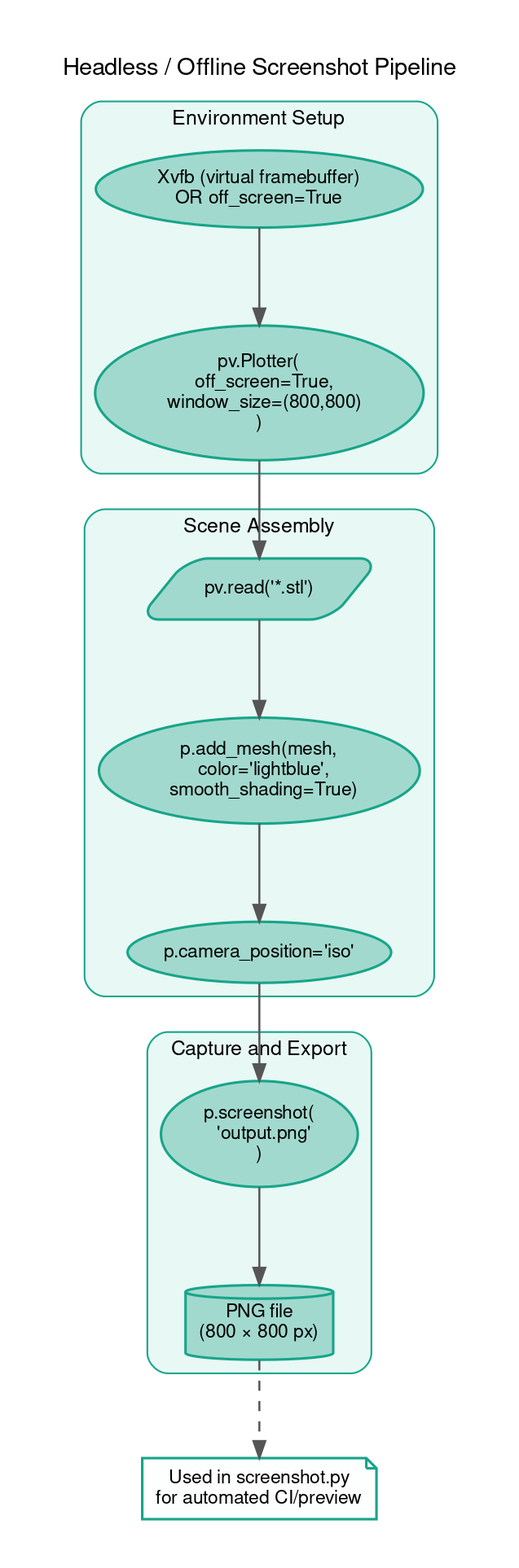
Above: docs/diagrams_25/14_offline_rendering.png in danindiana/hilbertbrane (Graphviz), before the change. Its source is kept beside it as docs/diagrams_25/14_offline_rendering.dot. Source of this version:
```dot
digraph G {
    graph [
        fontname="Helvetica,Arial,sans-serif"
        bgcolor="#ffffff"
        splines=spline
        nodesep=0.6
        ranksep=0.8
        pad=0.4
        labelloc="t"
        labeljust="c"
        fontsize=14
    ]
    node [fontname="Helvetica,Arial,sans-serif" fontsize=11 style="filled,rounded" penwidth=1.5]
    edge [fontname="Helvetica,Arial,sans-serif" fontsize=9 color="#555555" penwidth=1.2]
    graph [label="Headless / Offline Screenshot Pipeline" rankdir="TB"]

    subgraph cluster_env {
        label="Environment Setup"
        style="filled,rounded" fillcolor="#E8F8F5" color="#17A589" fontsize=12
        fontname="Helvetica,Arial,sans-serif"

        e1 [label="Xvfb (virtual framebuffer)\nOR off_screen=True" fillcolor="#A2D9CE" color="#17A589"]
        e2 [label="pv.Plotter(\n  off_screen=True,\n  window_size=(800,800)\n)" fillcolor="#A2D9CE" color="#17A589"]
        e1 -> e2
    }

    subgraph cluster_scene {
        label="Scene Assembly"
        style="filled,rounded" fillcolor="#E8F8F5" color="#17A589" fontsize=12
        fontname="Helvetica,Arial,sans-serif"

        s1 [label="pv.read('*.stl')" shape=parallelogram fillcolor="#A2D9CE" color="#17A589"]
        s2 [label="p.add_mesh(mesh,\n  color='lightblue',\n  smooth_shading=True)" fillcolor="#A2D9CE" color="#17A589"]
        s3 [label="p.camera_position='iso'" fillcolor="#A2D9CE" color="#17A589"]
        s1 -> s2 -> s3
    }

    subgraph cluster_cap {
        label="Capture and Export"
        style="filled,rounded" fillcolor="#E8F8F5" color="#17A589" fontsize=12
        fontname="Helvetica,Arial,sans-serif"

        c1 [label="p.screenshot(\n  'output.png'\n)" fillcolor="#A2D9CE" color="#17A589"]
        c2 [label="PNG file\n(800 × 800 px)" shape=cylinder fillcolor="#A2D9CE" color="#17A589"]
        c1 -> c2
    }

    usage [label="Used in screenshot.py\nfor automated CI/preview" shape=note fillcolor="#FDFEFE" color="#17A589"]

    e2 -> s1
    s3 -> c1
    c2 -> usage [style=dashed]
}
```
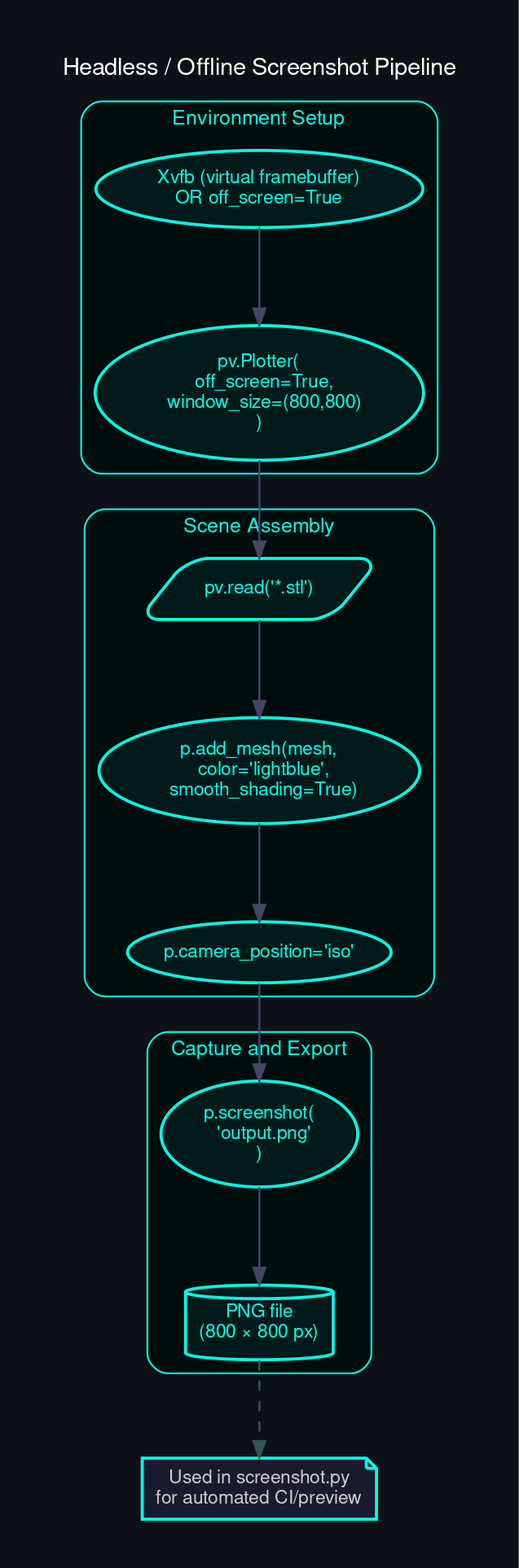
Later version of the same file.

The edit, as a diff of the source:
```diff
@@ -1,7 +1,8 @@
 digraph G {
     graph [
         fontname="Helvetica,Arial,sans-serif"
-        bgcolor="#ffffff"
+        bgcolor="#0d1117"
+        fontcolor="white"
         splines=spline
         nodesep=0.6
         ranksep=0.8
@@ -10,44 +11,44 @@
         labeljust="c"
         fontsize=14
     ]
-    node [fontname="Helvetica,Arial,sans-serif" fontsize=11 style="filled,rounded" penwidth=1.5]
-    edge [fontname="Helvetica,Arial,sans-serif" fontsize=9 color="#555555" penwidth=1.2]
+    node [fontname="Helvetica,Arial,sans-serif" fontsize=11 style="filled,rounded" penwidth=1.8 fontcolor="white"]
+    edge [fontname="Helvetica,Arial,sans-serif" fontsize=9 color="#444466" penwidth=1.2 fontcolor="#aaaacc"]
     graph [label="Headless / Offline Screenshot Pipeline" rankdir="TB"]
 
     subgraph cluster_env {
         label="Environment Setup"
-        style="filled,rounded" fillcolor="#E8F8F5" color="#17A589" fontsize=12
-        fontname="Helvetica,Arial,sans-serif"
+        style="filled,rounded" fillcolor="#000d0d" color="#00ffe7" fontsize=12
+        fontname="Helvetica,Arial,sans-serif" fontcolor="#00ffe7"
 
-        e1 [label="Xvfb (virtual framebuffer)\nOR off_screen=True" fillcolor="#A2D9CE" color="#17A589"]
-        e2 [label="pv.Plotter(\n  off_screen=True,\n  window_size=(800,800)\n)" fillcolor="#A2D9CE" color="#17A589"]
+        e1 [label="Xvfb (virtual framebuffer)\nOR off_screen=True" fillcolor="#001a1a" color="#00ffe7" fontcolor="#00ffe7"]
+        e2 [label="pv.Plotter(\n  off_screen=True,\n  window_size=(800,800)\n)" fillcolor="#001a1a" color="#00ffe7" fontcolor="#00ffe7"]
         e1 -> e2
     }
 
     subgraph cluster_scene {
         label="Scene Assembly"
-        style="filled,rounded" fillcolor="#E8F8F5" color="#17A589" fontsize=12
-        fontname="Helvetica,Arial,sans-serif"
+        style="filled,rounded" fillcolor="#000d0d" color="#00ffe7" fontsize=12
+        fontname="Helvetica,Arial,sans-serif" fontcolor="#00ffe7"
 
-        s1 [label="pv.read('*.stl')" shape=parallelogram fillcolor="#A2D9CE" color="#17A589"]
-        s2 [label="p.add_mesh(mesh,\n  color='lightblue',\n  smooth_shading=True)" fillcolor="#A2D9CE" color="#17A589"]
-        s3 [label="p.camera_position='iso'" fillcolor="#A2D9CE" color="#17A589"]
+        s1 [label="pv.read('*.stl')" shape=parallelogram fillcolor="#001a1a" color="#00ffe7" fontcolor="#00ffe7"]
+        s2 [label="p.add_mesh(mesh,\n  color='lightblue',\n  smooth_shading=True)" fillcolor="#001a1a" color="#00ffe7" fontcolor="#00ffe7"]
+        s3 [label="p.camera_position='iso'" fillcolor="#001a1a" color="#00ffe7" fontcolor="#00ffe7"]
         s1 -> s2 -> s3
     }
 
     subgraph cluster_cap {
         label="Capture and Export"
-        style="filled,rounded" fillcolor="#E8F8F5" color="#17A589" fontsize=12
-        fontname="Helvetica,Arial,sans-serif"
+        style="filled,rounded" fillcolor="#000d0d" color="#00ffe7" fontsize=12
+        fontname="Helvetica,Arial,sans-serif" fontcolor="#00ffe7"
 
-        c1 [label="p.screenshot(\n  'output.png'\n)" fillcolor="#A2D9CE" color="#17A589"]
-        c2 [label="PNG file\n(800 × 800 px)" shape=cylinder fillcolor="#A2D9CE" color="#17A589"]
+        c1 [label="p.screenshot(\n  'output.png'\n)" fillcolor="#001a1a" color="#00ffe7" fontcolor="#00ffe7"]
+        c2 [label="PNG file\n(800 × 800 px)" shape=cylinder fillcolor="#001a1a" color="#00ffe7" fontcolor="#00ffe7"]
         c1 -> c2
     }
 
-    usage [label="Used in screenshot.py\nfor automated CI/preview" shape=note fillcolor="#FDFEFE" color="#17A589"]
+    usage [label="Used in screenshot.py\nfor automated CI/preview" shape=note fillcolor="#1a1a2e" color="#00ffe7" fontcolor="#cccccc"]
 
     e2 -> s1
     s3 -> c1
-    c2 -> usage [style=dashed]
+    c2 -> usage [style=dashed color="#335555"]
 }
```
